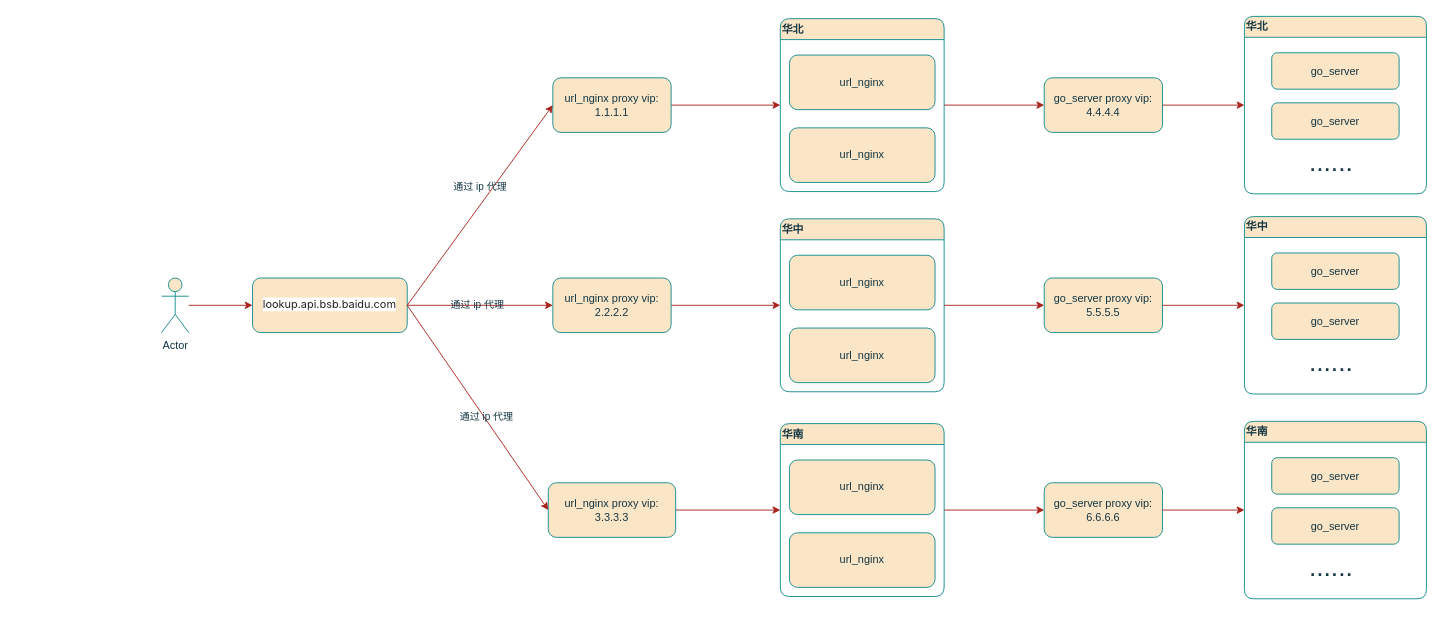
This is url_cache现流程图.drawio from qixiaohu/flow-process-diagram, a draw.io file, before an edit. Source tidied: cells renumbered, new cells numbered last; positions are measured from the earlier drawing's top-left corner, leaving out a move shared by most shapes. Both pictures are drawn from the tidied source at 91%, with x=0, y=0 at pixel (161, 15).
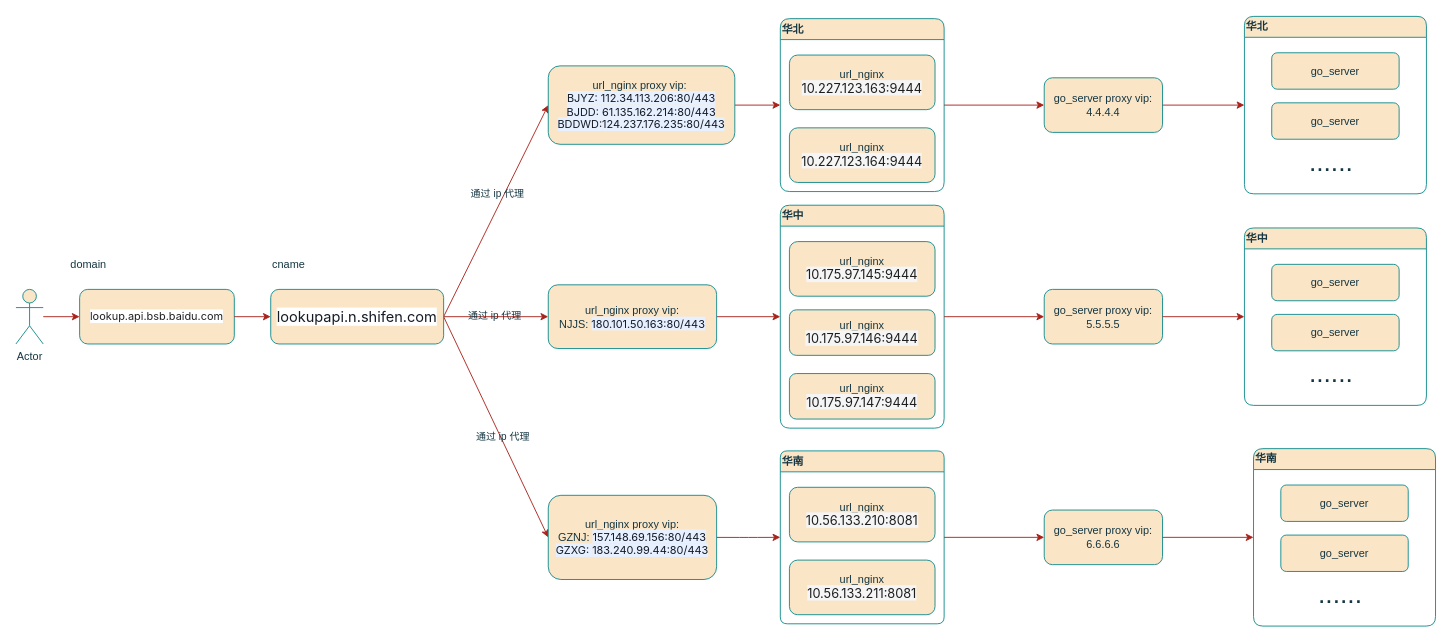
The same page after the edit.

Commit message:
更新url_cache现流程图.drawio

Unchanged cells that the change refers to:
```xml
<mxCell id="11" value="华北" style="swimlane;whiteSpace=wrap;html=1;align=left;rounded=1;labelBackgroundColor=none;fillColor=#FAE5C7;strokeColor=#0F8B8D;fontColor=#143642;" parent="1" vertex="1">
  <mxGeometry x="680" y="3" width="180" height="190" as="geometry" />
</mxCell>
```

The edit, as a diff of the source:
```diff
@@
     <mxCell id="3" value="Actor" style="shape=umlActor;verticalLabelPosition=bottom;verticalAlign=top;html=1;outlineConnect=0;rounded=1;labelBackgroundColor=none;fillColor=#FAE5C7;strokeColor=#0F8B8D;fontColor=#143642;" parent="1" vertex="1">
-      <mxGeometry y="288" width="30" height="60" as="geometry" />
+      <mxGeometry x="-160" y="300.5" width="30" height="60" as="geometry" />
     </mxCell>
     <mxCell id="4" value="&lt;span style=&quot;color: rgb(33, 33, 33); font-family: Inter, system-ui, -apple-system, &amp;quot;system-ui&amp;quot;, &amp;quot;Segoe UI&amp;quot;, Roboto, Oxygen, Ubuntu, Cantarell, &amp;quot;Fira Sans&amp;quot;, &amp;quot;Droid Sans&amp;quot;, Helvetica, Arial, sans-serif; text-align: left; white-space-collapse: preserve; background-color: rgb(255, 255, 255);&quot;&gt;lookup.api.bsb.baidu.com&lt;/span&gt;" style="rounded=1;whiteSpace=wrap;html=1;labelBackgroundColor=none;fillColor=#FAE5C7;strokeColor=#0F8B8D;fontColor=#143642;" parent="1" vertex="1">
-      <mxGeometry x="100" y="288" width="170" height="60" as="geometry" />
+      <mxGeometry x="-90" y="300.5" width="170" height="60" as="geometry" />
     </mxCell>
     <mxCell id="5" value="华中" style="swimlane;whiteSpace=wrap;html=1;align=left;rounded=1;labelBackgroundColor=none;fillColor=#FAE5C7;strokeColor=#0F8B8D;fontColor=#143642;" parent="1" vertex="1">
-      <mxGeometry x="680" y="223" width="180" height="190" as="geometry" />
+      <mxGeometry x="680" y="208" width="180" height="245" as="geometry" />
     </mxCell>
-    <mxCell id="6" value="url_nginx" style="rounded=1;whiteSpace=wrap;html=1;labelBackgroundColor=none;fillColor=#FAE5C7;strokeColor=#0F8B8D;fontColor=#143642;" parent="5" vertex="1">
+    <mxCell id="6" value="url_nginx&lt;div&gt;&lt;span style=&quot;color: rgba(0, 0, 0, 0.88); font-family: -apple-system, &amp;quot;system-ui&amp;quot;, &amp;quot;Segoe UI&amp;quot;, Roboto, &amp;quot;Helvetica Neue&amp;quot;, Arial, &amp;quot;Noto Sans&amp;quot;, sans-serif, &amp;quot;Apple Color Emoji&amp;quot;, &amp;quot;Segoe UI Emoji&amp;quot;, &amp;quot;Segoe UI Symbol&amp;quot;, &amp;quot;Noto Color Emoji&amp;quot;; font-size: 14px; text-align: start; background-color: rgb(245, 245, 245);&quot;&gt;10.175.97.145:9444&lt;/span&gt;&lt;br&gt;&lt;/div&gt;" style="rounded=1;whiteSpace=wrap;html=1;labelBackgroundColor=none;fillColor=#FAE5C7;strokeColor=#0F8B8D;fontColor=#143642;" parent="5" vertex="1">
       <mxGeometry x="10" y="40" width="160" height="60" as="geometry" />
     </mxCell>
-    <mxCell id="7" value="url_nginx" style="rounded=1;whiteSpace=wrap;html=1;labelBackgroundColor=none;fillColor=#FAE5C7;strokeColor=#0F8B8D;fontColor=#143642;" parent="5" vertex="1">
-      <mxGeometry x="10" y="120" width="160" height="60" as="geometry" />
+    <mxCell id="7" value="url_nginx&lt;div&gt;&lt;span style=&quot;color: rgba(0, 0, 0, 0.88); font-family: -apple-system, &amp;quot;system-ui&amp;quot;, &amp;quot;Segoe UI&amp;quot;, Roboto, &amp;quot;Helvetica Neue&amp;quot;, Arial, &amp;quot;Noto Sans&amp;quot;, sans-serif, &amp;quot;Apple Color Emoji&amp;quot;, &amp;quot;Segoe UI Emoji&amp;quot;, &amp;quot;Segoe UI Symbol&amp;quot;, &amp;quot;Noto Color Emoji&amp;quot;; font-size: 14px; text-align: start; background-color: rgb(245, 245, 245);&quot;&gt;10.175.97.146:9444&lt;/span&gt;&lt;br&gt;&lt;/div&gt;" style="rounded=1;whiteSpace=wrap;html=1;labelBackgroundColor=none;fillColor=#FAE5C7;strokeColor=#0F8B8D;fontColor=#143642;" parent="5" vertex="1">
+      <mxGeometry x="10" y="115" width="160" height="50" as="geometry" />
     </mxCell>
+    <mxCell id="47" value="url_nginx&lt;div&gt;&lt;span style=&quot;color: rgba(0, 0, 0, 0.88); font-family: -apple-system, &amp;quot;system-ui&amp;quot;, &amp;quot;Segoe UI&amp;quot;, Roboto, &amp;quot;Helvetica Neue&amp;quot;, Arial, &amp;quot;Noto Sans&amp;quot;, sans-serif, &amp;quot;Apple Color Emoji&amp;quot;, &amp;quot;Segoe UI Emoji&amp;quot;, &amp;quot;Segoe UI Symbol&amp;quot;, &amp;quot;Noto Color Emoji&amp;quot;; font-size: 14px; text-align: start; background-color: rgb(245, 245, 245);&quot;&gt;10.175.97.147:9444&lt;/span&gt;&lt;br&gt;&lt;/div&gt;" style="rounded=1;whiteSpace=wrap;html=1;labelBackgroundColor=none;fillColor=#FAE5C7;strokeColor=#0F8B8D;fontColor=#143642;" parent="5" vertex="1">
+      <mxGeometry x="10" y="185" width="160" height="50" as="geometry" />
+    </mxCell>
-    <mxCell id="8" value="华南" style="swimlane;whiteSpace=wrap;html=1;align=left;horizontal=1;rounded=1;labelBackgroundColor=none;fillColor=#FAE5C7;strokeColor=#0F8B8D;fontColor=#143642;" parent="1" vertex="1">
-      <mxGeometry x="680" y="448" width="180" height="190" as="geometry" />
+    <mxCell id="8" value="华南" style="swimlane;whiteSpace=wrap;html=1;align=left;horizontal=1;rounded=1;labelBackgroundColor=none;fillColor=#FAE5C7;strokeColor=#0F8B8D;fontColor=#143642;arcSize=11;" parent="1" vertex="1">
+      <mxGeometry x="680" y="478" width="180" height="190" as="geometry" />
     </mxCell>
-    <mxCell id="9" value="url_nginx" style="rounded=1;whiteSpace=wrap;html=1;labelBackgroundColor=none;fillColor=#FAE5C7;strokeColor=#0F8B8D;fontColor=#143642;" parent="8" vertex="1">
+    <mxCell id="9" value="url_nginx&lt;div&gt;&lt;span style=&quot;color: rgba(0, 0, 0, 0.88); font-family: -apple-system, &amp;quot;system-ui&amp;quot;, &amp;quot;Segoe UI&amp;quot;, Roboto, &amp;quot;Helvetica Neue&amp;quot;, Arial, &amp;quot;Noto Sans&amp;quot;, sans-serif, &amp;quot;Apple Color Emoji&amp;quot;, &amp;quot;Segoe UI Emoji&amp;quot;, &amp;quot;Segoe UI Symbol&amp;quot;, &amp;quot;Noto Color Emoji&amp;quot;; font-size: 14px; text-align: start; background-color: rgb(245, 245, 245);&quot;&gt;10.56.133.210:8081&lt;/span&gt;&lt;br&gt;&lt;/div&gt;" style="rounded=1;whiteSpace=wrap;html=1;labelBackgroundColor=none;fillColor=#FAE5C7;strokeColor=#0F8B8D;fontColor=#143642;" parent="8" vertex="1">
       <mxGeometry x="10" y="40" width="160" height="60" as="geometry" />
     </mxCell>
-    <mxCell id="10" value="url_nginx" style="rounded=1;whiteSpace=wrap;html=1;labelBackgroundColor=none;fillColor=#FAE5C7;strokeColor=#0F8B8D;fontColor=#143642;" parent="8" vertex="1">
+    <mxCell id="10" value="url_nginx&lt;div&gt;&lt;span style=&quot;color: rgba(0, 0, 0, 0.88); font-family: -apple-system, &amp;quot;system-ui&amp;quot;, &amp;quot;Segoe UI&amp;quot;, Roboto, &amp;quot;Helvetica Neue&amp;quot;, Arial, &amp;quot;Noto Sans&amp;quot;, sans-serif, &amp;quot;Apple Color Emoji&amp;quot;, &amp;quot;Segoe UI Emoji&amp;quot;, &amp;quot;Segoe UI Symbol&amp;quot;, &amp;quot;Noto Color Emoji&amp;quot;; font-size: 14px; text-align: start; background-color: rgb(245, 245, 245);&quot;&gt;10.56.133.211:8081&lt;/span&gt;&lt;br&gt;&lt;/div&gt;" style="rounded=1;whiteSpace=wrap;html=1;labelBackgroundColor=none;fillColor=#FAE5C7;strokeColor=#0F8B8D;fontColor=#143642;" parent="8" vertex="1">
       <mxGeometry x="10" y="120" width="160" height="60" as="geometry" />
     </mxCell>
@@
-    <mxCell id="12" value="url_nginx" style="rounded=1;whiteSpace=wrap;html=1;labelBackgroundColor=none;fillColor=#FAE5C7;strokeColor=#0F8B8D;fontColor=#143642;" parent="11" vertex="1">
+    <mxCell id="12" value="url_nginx&lt;div&gt;&lt;span style=&quot;color: rgba(0, 0, 0, 0.88); font-family: -apple-system, &amp;quot;system-ui&amp;quot;, &amp;quot;Segoe UI&amp;quot;, Roboto, &amp;quot;Helvetica Neue&amp;quot;, Arial, &amp;quot;Noto Sans&amp;quot;, sans-serif, &amp;quot;Apple Color Emoji&amp;quot;, &amp;quot;Segoe UI Emoji&amp;quot;, &amp;quot;Segoe UI Symbol&amp;quot;, &amp;quot;Noto Color Emoji&amp;quot;; font-size: 14px; text-align: start; background-color: rgb(245, 245, 245);&quot;&gt;10.227.123.163:9444&lt;/span&gt;&lt;/div&gt;" style="rounded=1;whiteSpace=wrap;html=1;labelBackgroundColor=none;fillColor=#FAE5C7;strokeColor=#0F8B8D;fontColor=#143642;" parent="11" vertex="1">
       <mxGeometry x="10" y="40" width="160" height="60" as="geometry" />
     </mxCell>
-    <mxCell id="13" value="url_nginx" style="rounded=1;whiteSpace=wrap;html=1;labelBackgroundColor=none;fillColor=#FAE5C7;strokeColor=#0F8B8D;fontColor=#143642;" parent="11" vertex="1">
+    <mxCell id="13" value="url_nginx&lt;div&gt;&lt;span style=&quot;color: rgba(0, 0, 0, 0.88); font-family: -apple-system, &amp;quot;system-ui&amp;quot;, &amp;quot;Segoe UI&amp;quot;, Roboto, &amp;quot;Helvetica Neue&amp;quot;, Arial, &amp;quot;Noto Sans&amp;quot;, sans-serif, &amp;quot;Apple Color Emoji&amp;quot;, &amp;quot;Segoe UI Emoji&amp;quot;, &amp;quot;Segoe UI Symbol&amp;quot;, &amp;quot;Noto Color Emoji&amp;quot;; font-size: 14px; text-align: start; background-color: rgb(245, 245, 245);&quot;&gt;10.227.123.164:9444&lt;/span&gt;&lt;br&gt;&lt;/div&gt;" style="rounded=1;whiteSpace=wrap;html=1;labelBackgroundColor=none;fillColor=#FAE5C7;strokeColor=#0F8B8D;fontColor=#143642;" parent="11" vertex="1">
       <mxGeometry x="10" y="120" width="160" height="60" as="geometry" />
     </mxCell>
-    <mxCell id="14" style="endArrow=classic;html=1;rounded=1;exitX=1;exitY=0.5;exitDx=0;exitDy=0;entryX=0;entryY=0.5;entryDx=0;entryDy=0;labelBackgroundColor=none;strokeColor=#A8201A;fontColor=default;" parent="1" edge="1" source="4" target="25">
+    <mxCell id="14" style="endArrow=classic;html=1;rounded=1;exitX=1;exitY=0.5;exitDx=0;exitDy=0;entryX=0;entryY=0.5;entryDx=0;entryDy=0;labelBackgroundColor=none;strokeColor=#A8201A;fontColor=default;" parent="1" edge="1" source="48" target="25">
       <mxGeometry relative="1" as="geometry" />
     </mxCell>
@@
-    <mxCell id="16" style="endArrow=classic;html=1;rounded=1;entryX=0;entryY=0.5;entryDx=0;entryDy=0;exitX=1;exitY=0.5;exitDx=0;exitDy=0;labelBackgroundColor=none;strokeColor=#A8201A;fontColor=default;" parent="1" edge="1" source="4" target="27">
+    <mxCell id="16" style="endArrow=classic;html=1;rounded=1;entryX=0;entryY=0.5;entryDx=0;entryDy=0;exitX=1;exitY=0.5;exitDx=0;exitDy=0;labelBackgroundColor=none;strokeColor=#A8201A;fontColor=default;" parent="1" edge="1" source="48" target="27">
       <mxGeometry relative="1" as="geometry" />
     </mxCell>
@@
-    <mxCell id="18" style="endArrow=classic;html=1;rounded=1;entryX=0;entryY=0.5;entryDx=0;entryDy=0;exitX=1;exitY=0.5;exitDx=0;exitDy=0;labelBackgroundColor=none;strokeColor=#A8201A;fontColor=default;" parent="1" edge="1" source="4" target="29">
+    <mxCell id="18" style="endArrow=classic;html=1;rounded=1;entryX=0;entryY=0.5;entryDx=0;entryDy=0;exitX=1;exitY=0.5;exitDx=0;exitDy=0;labelBackgroundColor=none;strokeColor=#A8201A;fontColor=default;" parent="1" edge="1" source="48" target="29">
       <mxGeometry relative="1" as="geometry" />
     </mxCell>
@@
-    <mxCell id="25" value="url_nginx proxy vip: 1.1.1.1" style="rounded=1;whiteSpace=wrap;html=1;labelBackgroundColor=none;fillColor=#FAE5C7;strokeColor=#0F8B8D;fontColor=#143642;" parent="1" vertex="1">
-      <mxGeometry x="430" y="68" width="130" height="60" as="geometry" />
+    <mxCell id="25" value="url_nginx proxy vip:&amp;nbsp;&lt;div&gt;&lt;span style=&quot;color: rgb(21, 27, 38); font-family: -apple-system, &amp;quot;system-ui&amp;quot;, &amp;quot;Segoe UI&amp;quot;, &amp;quot;Helvetica Neue&amp;quot;, Arial, &amp;quot;PingFang SC&amp;quot;, &amp;quot;Hiragino Sans GB&amp;quot;, &amp;quot;Microsoft YaHei&amp;quot;, 微软雅黑, &amp;quot;sans-serif&amp;quot;, &amp;quot;Apple Color Emoji&amp;quot;, &amp;quot;Segoe UI Emoji&amp;quot;, &amp;quot;Segoe UI Symbol&amp;quot;, &amp;quot;Noto Color Emoji&amp;quot;; text-align: left; background-color: rgb(230, 240, 255);&quot;&gt;BJYZ: 112.34.113.206:80/443&lt;/span&gt;&lt;/div&gt;&lt;div&gt;&lt;span style=&quot;color: rgb(21, 27, 38); font-family: -apple-system, &amp;quot;system-ui&amp;quot;, &amp;quot;Segoe UI&amp;quot;, &amp;quot;Helvetica Neue&amp;quot;, Arial, &amp;quot;PingFang SC&amp;quot;, &amp;quot;Hiragino Sans GB&amp;quot;, &amp;quot;Microsoft YaHei&amp;quot;, 微软雅黑, &amp;quot;sans-serif&amp;quot;, &amp;quot;Apple Color Emoji&amp;quot;, &amp;quot;Segoe UI Emoji&amp;quot;, &amp;quot;Segoe UI Symbol&amp;quot;, &amp;quot;Noto Color Emoji&amp;quot;; text-align: left; background-color: rgb(230, 240, 255);&quot;&gt;BJDD:&amp;nbsp;&lt;/span&gt;&lt;span style=&quot;background-color: rgb(230, 240, 255); color: rgb(21, 27, 38); font-family: -apple-system, &amp;quot;system-ui&amp;quot;, &amp;quot;Segoe UI&amp;quot;, &amp;quot;Helvetica Neue&amp;quot;, Arial, &amp;quot;PingFang SC&amp;quot;, &amp;quot;Hiragino Sans GB&amp;quot;, &amp;quot;Microsoft YaHei&amp;quot;, 微软雅黑, &amp;quot;sans-serif&amp;quot;, &amp;quot;Apple Color Emoji&amp;quot;, &amp;quot;Segoe UI Emoji&amp;quot;, &amp;quot;Segoe UI Symbol&amp;quot;, &amp;quot;Noto Color Emoji&amp;quot;; text-align: left;&quot;&gt;61.135.162.214:80/443&lt;/span&gt;&lt;/div&gt;&lt;div&gt;&lt;span style=&quot;background-color: rgb(230, 240, 255); color: rgb(21, 27, 38); font-family: -apple-system, &amp;quot;system-ui&amp;quot;, &amp;quot;Segoe UI&amp;quot;, &amp;quot;Helvetica Neue&amp;quot;, Arial, &amp;quot;PingFang SC&amp;quot;, &amp;quot;Hiragino Sans GB&amp;quot;, &amp;quot;Microsoft YaHei&amp;quot;, 微软雅黑, &amp;quot;sans-serif&amp;quot;, &amp;quot;Apple Color Emoji&amp;quot;, &amp;quot;Segoe UI Emoji&amp;quot;, &amp;quot;Segoe UI Symbol&amp;quot;, &amp;quot;Noto Color Emoji&amp;quot;; text-align: left;&quot;&gt;BDDWD:&lt;/span&gt;&lt;span style=&quot;background-color: rgb(230, 240, 255); color: rgb(21, 27, 38); font-family: -apple-system, &amp;quot;system-ui&amp;quot;, &amp;quot;Segoe UI&amp;quot;, &amp;quot;Helvetica Neue&amp;quot;, Arial, &amp;quot;PingFang SC&amp;quot;, &amp;quot;Hiragino Sans GB&amp;quot;, &amp;quot;Microsoft YaHei&amp;quot;, 微软雅黑, &amp;quot;sans-serif&amp;quot;, &amp;quot;Apple Color Emoji&amp;quot;, &amp;quot;Segoe UI Emoji&amp;quot;, &amp;quot;Segoe UI Symbol&amp;quot;, &amp;quot;Noto Color Emoji&amp;quot;; text-align: left;&quot;&gt;124.237.176.235:80/443&lt;/span&gt;&lt;/div&gt;" style="rounded=1;whiteSpace=wrap;html=1;labelBackgroundColor=none;fillColor=#FAE5C7;strokeColor=#0F8B8D;fontColor=#143642;" parent="1" vertex="1">
+      <mxGeometry x="425" y="54.9" width="205" height="86.2" as="geometry" />
     </mxCell>
@@
-    <mxCell id="27" value="url_nginx proxy vip: 2.2.2.2" style="rounded=1;whiteSpace=wrap;html=1;labelBackgroundColor=none;fillColor=#FAE5C7;strokeColor=#0F8B8D;fontColor=#143642;" parent="1" vertex="1">
-      <mxGeometry x="430" y="288" width="130" height="60" as="geometry" />
+    <mxCell id="27" value="url_nginx proxy vip: NJJS:&amp;nbsp;&lt;span style=&quot;color: rgb(21, 27, 38); font-family: -apple-system, &amp;quot;system-ui&amp;quot;, &amp;quot;Segoe UI&amp;quot;, &amp;quot;Helvetica Neue&amp;quot;, Arial, &amp;quot;PingFang SC&amp;quot;, &amp;quot;Hiragino Sans GB&amp;quot;, &amp;quot;Microsoft YaHei&amp;quot;, 微软雅黑, &amp;quot;sans-serif&amp;quot;, &amp;quot;Apple Color Emoji&amp;quot;, &amp;quot;Segoe UI Emoji&amp;quot;, &amp;quot;Segoe UI Symbol&amp;quot;, &amp;quot;Noto Color Emoji&amp;quot;; text-align: left; background-color: rgb(230, 240, 255);&quot;&gt;180.101.50.163:80/443&lt;/span&gt;" style="rounded=1;whiteSpace=wrap;html=1;labelBackgroundColor=none;fillColor=#FAE5C7;strokeColor=#0F8B8D;fontColor=#143642;" parent="1" vertex="1">
+      <mxGeometry x="425" y="295.5" width="185" height="70" as="geometry" />
     </mxCell>
@@
-    <mxCell id="29" value="url_nginx proxy vip: 3.3.3.3" style="rounded=1;whiteSpace=wrap;html=1;labelBackgroundColor=none;fillColor=#FAE5C7;strokeColor=#0F8B8D;fontColor=#143642;" parent="1" vertex="1">
-      <mxGeometry x="425" y="513" width="140" height="60" as="geometry" />
+    <mxCell id="29" value="url_nginx proxy vip: GZNJ:&amp;nbsp;&lt;span style=&quot;color: rgb(21, 27, 38); font-family: -apple-system, &amp;quot;system-ui&amp;quot;, &amp;quot;Segoe UI&amp;quot;, &amp;quot;Helvetica Neue&amp;quot;, Arial, &amp;quot;PingFang SC&amp;quot;, &amp;quot;Hiragino Sans GB&amp;quot;, &amp;quot;Microsoft YaHei&amp;quot;, 微软雅黑, &amp;quot;sans-serif&amp;quot;, &amp;quot;Apple Color Emoji&amp;quot;, &amp;quot;Segoe UI Emoji&amp;quot;, &amp;quot;Segoe UI Symbol&amp;quot;, &amp;quot;Noto Color Emoji&amp;quot;; text-align: left; background-color: rgb(230, 240, 255);&quot;&gt;157.148.69.156:80/443&lt;/span&gt;&lt;div&gt;&lt;span style=&quot;color: rgb(21, 27, 38); font-family: -apple-system, &amp;quot;system-ui&amp;quot;, &amp;quot;Segoe UI&amp;quot;, &amp;quot;Helvetica Neue&amp;quot;, Arial, &amp;quot;PingFang SC&amp;quot;, &amp;quot;Hiragino Sans GB&amp;quot;, &amp;quot;Microsoft YaHei&amp;quot;, 微软雅黑, &amp;quot;sans-serif&amp;quot;, &amp;quot;Apple Color Emoji&amp;quot;, &amp;quot;Segoe UI Emoji&amp;quot;, &amp;quot;Segoe UI Symbol&amp;quot;, &amp;quot;Noto Color Emoji&amp;quot;; text-align: left; background-color: rgb(230, 240, 255);&quot;&gt;GZXG:&amp;nbsp;&lt;/span&gt;&lt;span style=&quot;background-color: rgb(230, 240, 255); color: rgb(21, 27, 38); font-family: -apple-system, &amp;quot;system-ui&amp;quot;, &amp;quot;Segoe UI&amp;quot;, &amp;quot;Helvetica Neue&amp;quot;, Arial, &amp;quot;PingFang SC&amp;quot;, &amp;quot;Hiragino Sans GB&amp;quot;, &amp;quot;Microsoft YaHei&amp;quot;, 微软雅黑, &amp;quot;sans-serif&amp;quot;, &amp;quot;Apple Color Emoji&amp;quot;, &amp;quot;Segoe UI Emoji&amp;quot;, &amp;quot;Segoe UI Symbol&amp;quot;, &amp;quot;Noto Color Emoji&amp;quot;; text-align: left;&quot;&gt;183.240.99.44:80/443&lt;/span&gt;&lt;/div&gt;" style="rounded=1;whiteSpace=wrap;html=1;labelBackgroundColor=none;fillColor=#FAE5C7;strokeColor=#0F8B8D;fontColor=#143642;" parent="1" vertex="1">
+      <mxGeometry x="425" y="526.8" width="185" height="92.5" as="geometry" />
     </mxCell>
@@
     <mxCell id="31" value="go_server proxy vip: 5.5.5.5" style="rounded=1;whiteSpace=wrap;html=1;labelBackgroundColor=none;fillColor=#FAE5C7;strokeColor=#0F8B8D;fontColor=#143642;" parent="1" vertex="1">
-      <mxGeometry x="970" y="288" width="130" height="60" as="geometry" />
+      <mxGeometry x="970" y="300.5" width="130" height="60" as="geometry" />
     </mxCell>
     <mxCell id="32" value="go_server proxy vip: 6.6.6.6" style="rounded=1;whiteSpace=wrap;html=1;labelBackgroundColor=none;fillColor=#FAE5C7;strokeColor=#0F8B8D;fontColor=#143642;" parent="1" vertex="1">
-      <mxGeometry x="970" y="513" width="130" height="60" as="geometry" />
+      <mxGeometry x="970" y="543" width="130" height="60" as="geometry" />
     </mxCell>
@@
     <mxCell id="39" value="华中" style="swimlane;whiteSpace=wrap;html=1;align=left;rounded=1;labelBackgroundColor=none;fillColor=#FAE5C7;strokeColor=#0F8B8D;fontColor=#143642;" parent="1" vertex="1">
-      <mxGeometry x="1190" y="220.5" width="200" height="195" as="geometry" />
+      <mxGeometry x="1190" y="233" width="200" height="195" as="geometry" />
     </mxCell>
@@
     <mxCell id="43" value="华南" style="swimlane;whiteSpace=wrap;html=1;align=left;rounded=1;labelBackgroundColor=none;fillColor=#FAE5C7;strokeColor=#0F8B8D;fontColor=#143642;" parent="1" vertex="1">
-      <mxGeometry x="1190" y="445.5" width="200" height="195" as="geometry" />
+      <mxGeometry x="1200" y="475.5" width="200" height="195" as="geometry" />
     </mxCell>
@@
+    <mxCell id="48" value="&lt;span style=&quot;color: rgb(21, 27, 38); font-family: -apple-system, &amp;quot;system-ui&amp;quot;, &amp;quot;Segoe UI&amp;quot;, &amp;quot;Helvetica Neue&amp;quot;, Arial, &amp;quot;PingFang SC&amp;quot;, &amp;quot;Hiragino Sans GB&amp;quot;, &amp;quot;Microsoft YaHei&amp;quot;, 微软雅黑, &amp;quot;sans-serif&amp;quot;, &amp;quot;Apple Color Emoji&amp;quot;, &amp;quot;Segoe UI Emoji&amp;quot;, &amp;quot;Segoe UI Symbol&amp;quot;, &amp;quot;Noto Color Emoji&amp;quot;; font-size: 16px; background-color: rgb(255, 255, 255);&quot;&gt;lookupapi.n.shifen.com&lt;/span&gt;" style="rounded=1;whiteSpace=wrap;html=1;labelBackgroundColor=none;fillColor=#FAE5C7;strokeColor=#0F8B8D;fontColor=#143642;" parent="1" vertex="1">
+      <mxGeometry x="120" y="300.5" width="190" height="60" as="geometry" />
+    </mxCell>
+    <mxCell id="49" style="endArrow=classic;html=1;rounded=0;strokeColor=#A8201A;fontColor=#143642;fillColor=#FAE5C7;exitX=1;exitY=0.5;exitDx=0;exitDy=0;entryX=0;entryY=0.5;entryDx=0;entryDy=0;" parent="1" edge="1" source="4" target="48">
+      <mxGeometry relative="1" as="geometry" />
+    </mxCell>
+    <mxCell id="50" value="domain" style="text;html=1;align=center;verticalAlign=middle;whiteSpace=wrap;rounded=0;fontColor=#143642;" parent="1" vertex="1">
+      <mxGeometry x="-110" y="258" width="60" height="30" as="geometry" />
+    </mxCell>
+    <mxCell id="51" value="cname" style="text;html=1;align=center;verticalAlign=middle;whiteSpace=wrap;rounded=0;fontColor=#143642;" parent="1" vertex="1">
+      <mxGeometry x="110" y="258" width="60" height="30" as="geometry" />
+    </mxCell>
```
